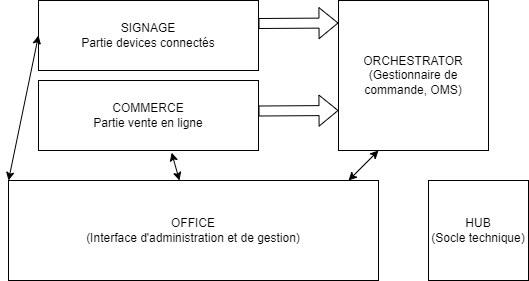
altazion/altazion-aide keeps this draw.io diagram as fr-frv2/ressources/architecture.png. Above is the earlier version. Source tidied: cells renumbered, new cells last; positions are measured from the earlier drawing's top-left corner, leaving out a move shared by most shapes.
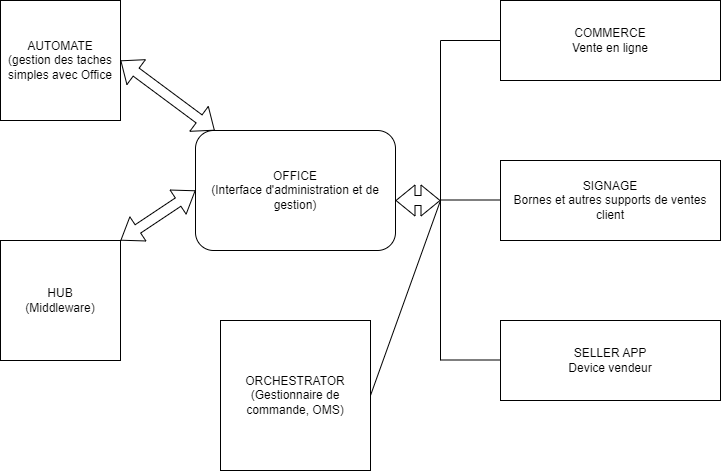
Above is the later version.

Change to the diagram source:
```diff
@@ -2,44 +2,69 @@
   <root>
     <mxCell id="0" />
     <mxCell id="1" parent="0" />
-    <mxCell id="2" value="SIGNAGE&lt;br&gt;Partie devices connectés" style="rounded=0;whiteSpace=wrap;html=1;" parent="1" vertex="1">
-      <mxGeometry x="30" width="220" height="70" as="geometry" />
+    <mxCell id="2" value="SIGNAGE&lt;br&gt;Bornes et autres supports de ventes client" style="rounded=0;whiteSpace=wrap;html=1;" parent="1" vertex="1">
+      <mxGeometry x="410" y="130" width="220" height="80" as="geometry" />
     </mxCell>
     <mxCell id="3" value="ORCHESTRATOR&lt;br&gt;(Gestionnaire de commande, OMS)" style="whiteSpace=wrap;html=1;" parent="1" vertex="1">
-      <mxGeometry x="330" width="150" height="150" as="geometry" />
+      <mxGeometry x="130" y="290" width="150" height="150" as="geometry" />
     </mxCell>
-    <mxCell id="4" value="COMMERCE&lt;br&gt;Partie vente en ligne" style="rounded=0;whiteSpace=wrap;html=1;" parent="1" vertex="1">
-      <mxGeometry x="30" y="80" width="220" height="70" as="geometry" />
+    <mxCell id="4" value="COMMERCE&lt;br&gt;Vente en ligne" style="rounded=0;whiteSpace=wrap;html=1;" parent="1" vertex="1">
+      <mxGeometry x="410" y="-30" width="220" height="80" as="geometry" />
     </mxCell>
+    <mxCell id="6" value="HUB&lt;br&gt;(Middleware)" style="whiteSpace=wrap;html=1;" parent="1" vertex="1">
+      <mxGeometry x="-90" y="210" width="120" height="120" as="geometry" />
+    </mxCell>
+    <mxCell id="12" value="SELLER APP&lt;br&gt;Device vendeur" style="rounded=0;whiteSpace=wrap;html=1;" parent="1" vertex="1">
+      <mxGeometry x="410" y="290" width="220" height="80" as="geometry" />
+    </mxCell>
+    <mxCell id="13" value="AUTOMATE&lt;br&gt;(gestion des taches simples avec Office" style="whiteSpace=wrap;html=1;" parent="1" vertex="1">
+      <mxGeometry x="-90" y="-30" width="120" height="120" as="geometry" />
+    </mxCell>
-    <mxCell id="5" value="OFFICE&lt;br&gt;(Interface d'administration et de gestion)" style="rounded=0;whiteSpace=wrap;html=1;" parent="1" vertex="1">
-      <mxGeometry y="180" width="370" height="100" as="geometry" />
+    <mxCell id="5" value="OFFICE&lt;br style=&quot;border-color: var(--border-color);&quot;&gt;(Interface d'administration et de gestion)" style="rounded=1;whiteSpace=wrap;html=1;" parent="1" vertex="1">
+      <mxGeometry x="105" y="100" width="200" height="120" as="geometry" />
     </mxCell>
-    <mxCell id="6" value="HUB&lt;br&gt;(Socle technique)" style="whiteSpace=wrap;html=1;" parent="1" vertex="1">
-      <mxGeometry x="420" y="180" width="100" height="100" as="geometry" />
-    </mxCell>
-    <mxCell id="7" style="endArrow=classic;startArrow=classic;html=1;rounded=0;entryX=0;entryY=0.5;entryDx=0;entryDy=0;exitX=0;exitY=0;exitDx=0;exitDy=0;" parent="1" edge="1" source="5" target="2">
-      <mxGeometry relative="1" as="geometry" />
-    </mxCell>
-    <mxCell id="8" style="endArrow=classic;startArrow=classic;html=1;rounded=0;entryX=0.605;entryY=1.031;entryDx=0;entryDy=0;entryPerimeter=0;" parent="1" edge="1" source="5" target="4">
-      <mxGeometry relative="1" as="geometry" />
-    </mxCell>
-    <mxCell id="9" style="shape=flexArrow;endArrow=classic;html=1;rounded=0;entryX=0;entryY=0.25;entryDx=0;entryDy=0;" parent="1" edge="1">
-      <mxGeometry relative="1" as="geometry">
-        <mxPoint x="250" y="23" as="sourcePoint" />
-        <mxPoint x="330" y="22.5" as="targetPoint" />
-      </mxGeometry>
-    </mxCell>
-    <mxCell id="10" style="endArrow=classic;startArrow=classic;html=1;rounded=0;" parent="1" edge="1">
-      <mxGeometry relative="1" as="geometry">
-        <mxPoint x="340" y="180" as="sourcePoint" />
-        <mxPoint x="370" y="150" as="targetPoint" />
-      </mxGeometry>
-    </mxCell>
-    <mxCell id="11" style="shape=flexArrow;endArrow=classic;html=1;rounded=0;entryX=0;entryY=0.25;entryDx=0;entryDy=0;" parent="1" edge="1">
-      <mxGeometry relative="1" as="geometry">
-        <mxPoint x="250" y="110.5" as="sourcePoint" />
-        <mxPoint x="330" y="110" as="targetPoint" />
-      </mxGeometry>
-    </mxCell>
+    <mxCell id="14" style="endArrow=none;html=1;rounded=0;" parent="1" edge="1">
+      <mxGeometry relative="1" as="geometry">
+        <mxPoint x="350" y="10" as="sourcePoint" />
+        <mxPoint x="410" y="10" as="targetPoint" />
+      </mxGeometry>
+    </mxCell>
+    <mxCell id="15" style="endArrow=none;html=1;rounded=0;" parent="1" edge="1">
+      <mxGeometry relative="1" as="geometry">
+        <mxPoint x="350" y="330" as="sourcePoint" />
+        <mxPoint x="350" y="10" as="targetPoint" />
+      </mxGeometry>
+    </mxCell>
+    <mxCell id="16" style="endArrow=none;html=1;rounded=0;" parent="1" edge="1">
+      <mxGeometry relative="1" as="geometry">
+        <mxPoint x="350" y="169.5" as="sourcePoint" />
+        <mxPoint x="410" y="169.5" as="targetPoint" />
+      </mxGeometry>
+    </mxCell>
+    <mxCell id="17" style="endArrow=none;html=1;rounded=0;" parent="1" edge="1">
+      <mxGeometry relative="1" as="geometry">
+        <mxPoint x="350" y="329.5" as="sourcePoint" />
+        <mxPoint x="410" y="329.5" as="targetPoint" />
+      </mxGeometry>
+    </mxCell>
+    <mxCell id="18" style="endArrow=none;html=1;rounded=0;exitX=1;exitY=0.5;exitDx=0;exitDy=0;" parent="1" edge="1" source="3">
+      <mxGeometry relative="1" as="geometry">
+        <mxPoint x="350" y="170" as="targetPoint" />
+      </mxGeometry>
+    </mxCell>
+    <mxCell id="19" style="shape=flexArrow;endArrow=classic;startArrow=classic;html=1;rounded=0;" parent="1" edge="1">
+      <mxGeometry relative="1" as="geometry">
+        <mxPoint x="305" y="170" as="sourcePoint" />
+        <mxPoint x="350" y="170" as="targetPoint" />
+      </mxGeometry>
+    </mxCell>
+    <mxCell id="20" style="shape=flexArrow;endArrow=classic;startArrow=classic;html=1;rounded=0;exitX=1;exitY=0.5;exitDx=0;exitDy=0;" parent="1" edge="1" source="13" target="5">
+      <mxGeometry relative="1" as="geometry" />
+    </mxCell>
+    <mxCell id="21" style="shape=flexArrow;endArrow=classic;startArrow=classic;html=1;rounded=0;exitX=1;exitY=0;exitDx=0;exitDy=0;endWidth=18;endSize=6.47;startWidth=18;startSize=6.47;" parent="1" edge="1" source="6">
+      <mxGeometry relative="1" as="geometry">
+        <mxPoint x="105" y="160" as="targetPoint" />
+      </mxGeometry>
+    </mxCell>
   </root>
 </mxGraphModel>
```
